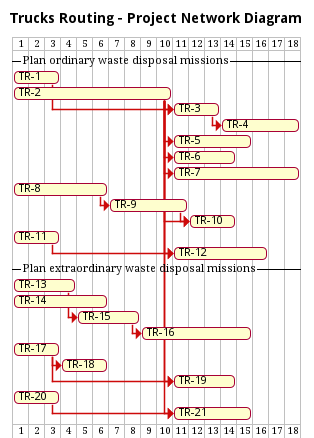
Before: img/gantt-trucks-routing.pm.png, a diagram exported from PlantUML (SmartWasteCollection/project-management).
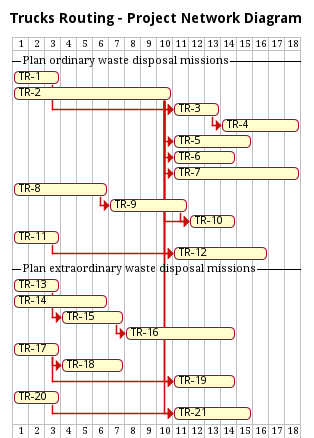
The same file after the commit.

Commit message:
docs(uml): generate PNG files for PlantUML diagrams

The edit, as a diff of the source:
```diff
@@ -35,7 +35,7 @@
 
 --Plan extraordinary waste disposal missions--
 
-task(13, 4)
+task(13, 3)
 task(14, 6)
 
 task(15, 4)
@@ -45,7 +45,7 @@
 endtostart(15, 16)
 
 task(17, 3)
-task(18, 3)
+task(18, 4)
 task(19, 4)
 
 endtostart(2, 19)
```
